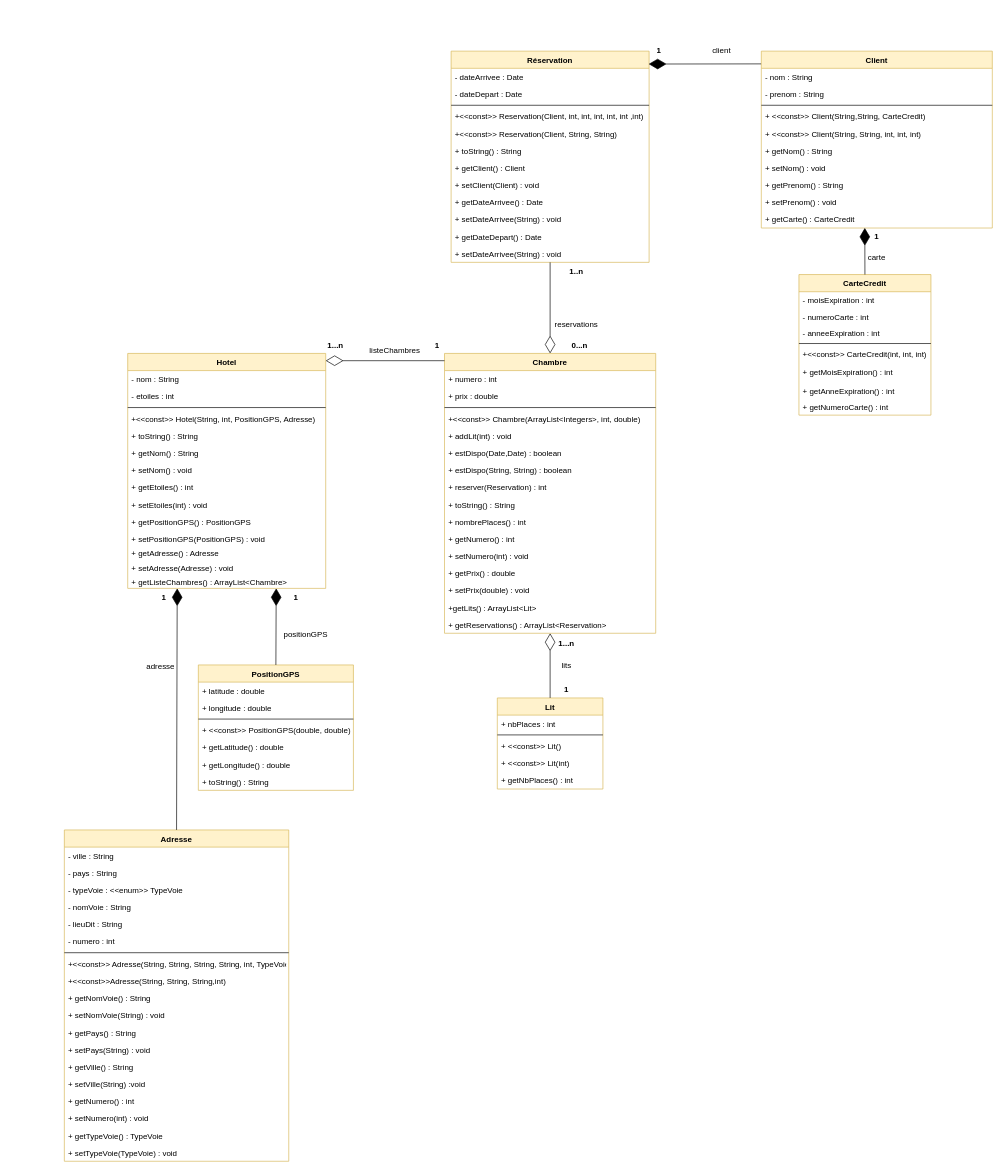
Sc00bi/Master-GL keeps this draw.io diagram as M1/704_ALD/TP2_SOAP/Schéma_UML_service.drawio. Above is the earlier version. Source tidied: cells renumbered, new cells numbered last; positions are measured from the earlier drawing's top-left corner, leaving out a move shared by most shapes. Both pictures are drawn from the tidied source at 66%, with x=0, y=0 at pixel (64, 42).
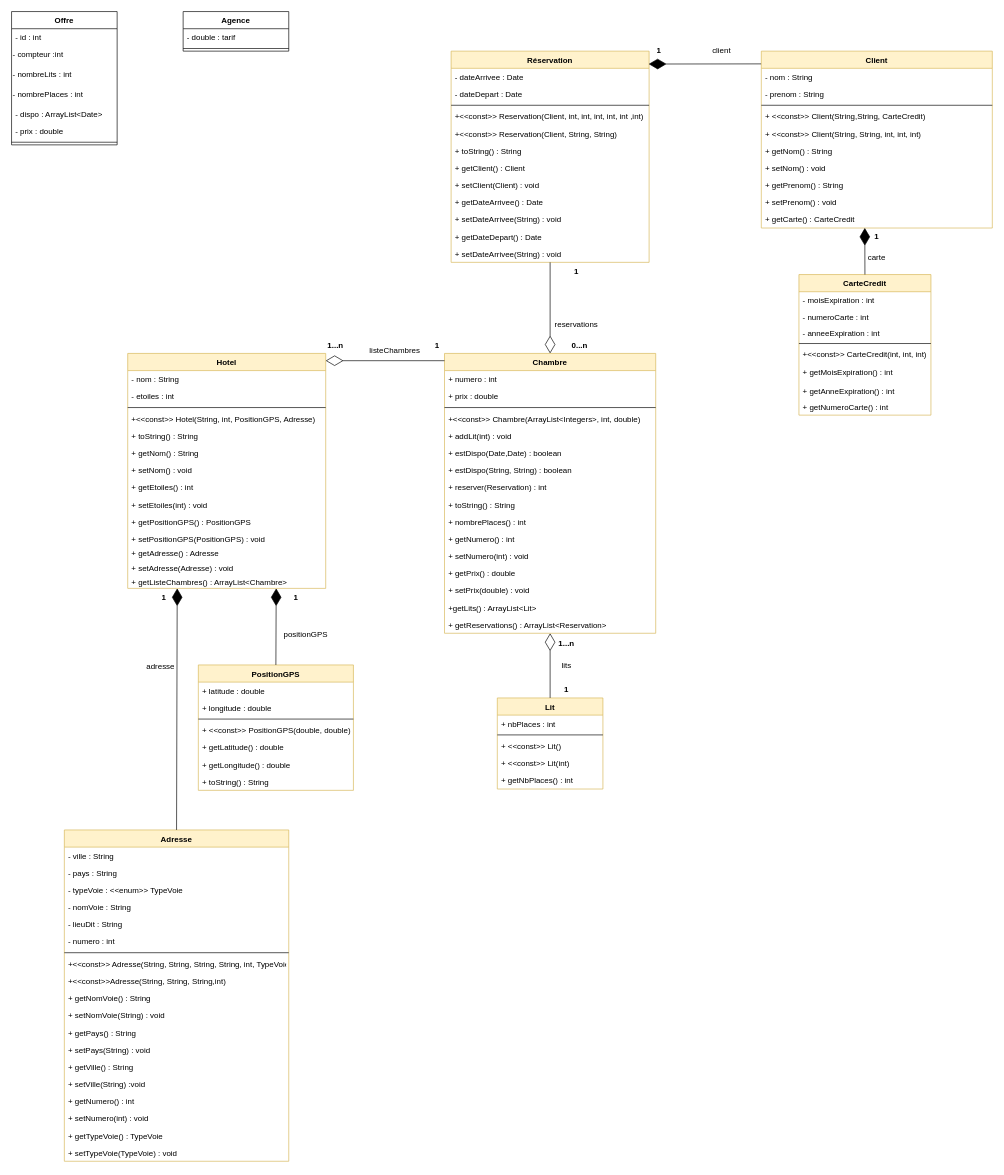
The same page after the edit.

The edit, as a diff of the source:
```diff
@@
-    <mxCell id="109" value="1..n" style="text;align=center;fontStyle=1;verticalAlign=middle;spacingLeft=3;spacingRight=3;strokeColor=none;" parent="1" vertex="1">
+    <mxCell id="109" value="1" style="text;align=center;fontStyle=1;verticalAlign=middle;spacingLeft=3;spacingRight=3;strokeColor=none;" parent="1" vertex="1">
       <mxGeometry x="761" y="334" width="30" height="26" as="geometry" />
     </mxCell>
@@
+    <mxCell id="125" value="Agence" style="swimlane;fontStyle=1;align=center;verticalAlign=top;horizontal=1;startSize=26;" parent="1" vertex="1">
+      <mxGeometry x="180" y="-46" width="160" height="60" as="geometry" />
+    </mxCell>
+    <mxCell id="126" value="- double : tarif" style="text;strokeColor=none;fillColor=none;align=left;verticalAlign=top;spacingLeft=4;spacingRight=4;overflow=hidden;" parent="125" vertex="1">
+      <mxGeometry y="26" width="160" height="26" as="geometry" />
+    </mxCell>
+    <mxCell id="127" style="line;strokeWidth=1;fillColor=none;align=left;verticalAlign=middle;spacingTop=-1;spacingLeft=3;spacingRight=3;labelPosition=right;" parent="125" vertex="1">
+      <mxGeometry y="52" width="160" height="8" as="geometry" />
+    </mxCell>
+    <mxCell id="128" value="Offre" style="swimlane;fontStyle=1;align=center;verticalAlign=top;horizontal=1;startSize=26;" parent="1" vertex="1">
+      <mxGeometry x="-80" y="-46" width="160" height="202" as="geometry" />
+    </mxCell>
+    <mxCell id="129" value="- id : int" style="text;strokeColor=none;fillColor=none;align=left;verticalAlign=top;spacingLeft=4;spacingRight=4;overflow=hidden;" parent="128" vertex="1">
+      <mxGeometry y="26" width="160" height="26" as="geometry" />
+    </mxCell>
+    <mxCell id="130" value="- compteur :int" style="text;whiteSpace=wrap;html=1;" parent="128" vertex="1">
+      <mxGeometry y="52" width="160" height="30" as="geometry" />
+    </mxCell>
+    <mxCell id="131" value="- nombreLits : int" style="text;whiteSpace=wrap;html=1;" parent="128" vertex="1">
+      <mxGeometry y="82" width="160" height="30" as="geometry" />
+    </mxCell>
+    <mxCell id="132" value="- nombrePlaces : int" style="text;whiteSpace=wrap;html=1;" parent="128" vertex="1">
+      <mxGeometry y="112" width="160" height="30" as="geometry" />
+    </mxCell>
+    <mxCell id="133" value="- dispo : ArrayList&lt;Date&gt;" style="text;strokeColor=none;fillColor=none;align=left;verticalAlign=top;spacingLeft=4;spacingRight=4;overflow=hidden;" parent="128" vertex="1">
+      <mxGeometry y="142" width="160" height="26" as="geometry" />
+    </mxCell>
+    <mxCell id="134" value="- prix : double" style="text;strokeColor=none;fillColor=none;align=left;verticalAlign=top;spacingLeft=4;spacingRight=4;overflow=hidden;" parent="128" vertex="1">
+      <mxGeometry y="168" width="160" height="26" as="geometry" />
+    </mxCell>
+    <mxCell id="135" style="line;strokeWidth=1;fillColor=none;align=left;verticalAlign=middle;spacingTop=-1;spacingLeft=3;spacingRight=3;labelPosition=right;" parent="128" vertex="1">
+      <mxGeometry y="194" width="160" height="8" as="geometry" />
+    </mxCell>
```
